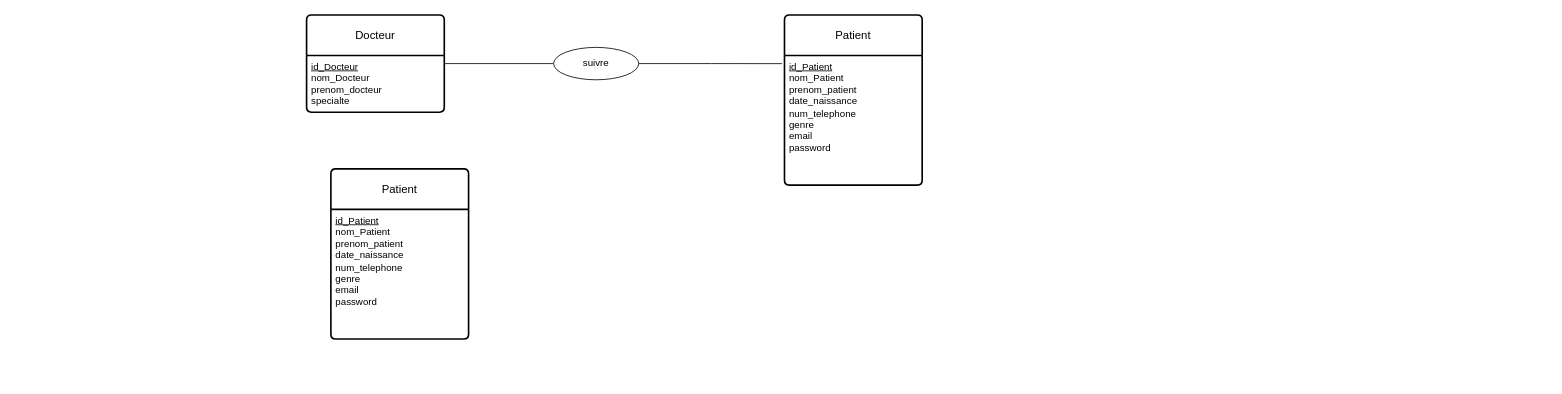
riadriadriad/labMcd keeps this draw.io diagram as Untitled Diagram.drawio. Above is the earlier version. Source tidied: cells renumbered, new cells numbered last; positions are measured from the earlier drawing's top-left corner, leaving out a move shared by most shapes. Both pictures are drawn from the tidied source at 81%, with x=0, y=0 at pixel (306, 15).
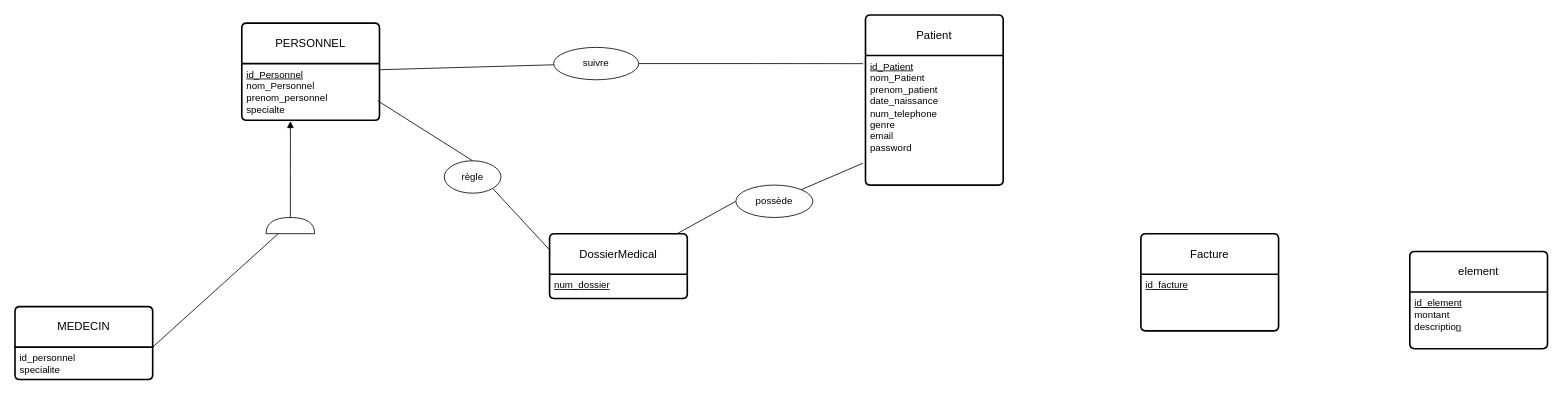
After the change.

The change refers to these unchanged cells:
```xml
<mxCell id="8" value="&lt;u&gt;id_Patient&lt;br&gt;&lt;/u&gt;nom_Patient&lt;br&gt;prenom_patient&lt;br&gt;date_naissance&lt;br&gt;num_telephone&lt;br&gt;genre&lt;br&gt;email&lt;br&gt;password" style="align=left;strokeColor=none;fillColor=none;spacingLeft=4;fontSize=12;verticalAlign=top;html=1;" parent="7" vertex="1">
  <mxGeometry y="50" width="170" height="160" as="geometry" />
</mxCell>
```

What changed in the source:
```diff
@@
-    <mxCell id="4" value="Docteur" style="swimlane;horizontal=1;startSize=50;rounded=1;fontSize=14;fontStyle=0;strokeWidth=2;shadow=0;dashed=0;align=center;arcSize=4;whiteSpace=wrap;html=1;" parent="1" vertex="1">
-      <mxGeometry width="170" height="120" as="geometry" />
+    <mxCell id="4" value="PERSONNEL" style="swimlane;horizontal=1;startSize=50;rounded=1;fontSize=14;fontStyle=0;strokeWidth=2;shadow=0;dashed=0;align=center;arcSize=4;whiteSpace=wrap;html=1;" parent="1" vertex="1">
+      <mxGeometry x="-80" y="10" width="170" height="120" as="geometry" />
     </mxCell>
-    <mxCell id="5" value="&lt;u&gt;id_Docteur&lt;br&gt;&lt;/u&gt;nom_Docteur&lt;br&gt;prenom_docteur&lt;br&gt;specialte" style="align=left;strokeColor=none;fillColor=none;spacingLeft=4;fontSize=12;verticalAlign=top;html=1;" parent="4" vertex="1">
+    <mxCell id="5" value="&lt;u&gt;id_Personnel&lt;br&gt;&lt;/u&gt;nom_Personnel&lt;br&gt;prenom_personnel&lt;br&gt;specialte" style="align=left;strokeColor=none;fillColor=none;spacingLeft=4;fontSize=12;verticalAlign=top;html=1;" parent="4" vertex="1">
       <mxGeometry y="50" width="170" height="70" as="geometry" />
     </mxCell>
@@
     <mxCell id="7" value="Patient" style="swimlane;horizontal=1;startSize=50;rounded=1;fontSize=14;fontStyle=0;strokeWidth=2;shadow=0;dashed=0;align=center;arcSize=4;whiteSpace=wrap;html=1;" parent="1" vertex="1">
-      <mxGeometry x="590" width="170" height="210" as="geometry" />
+      <mxGeometry x="690" width="170" height="210" as="geometry" />
     </mxCell>
@@
+    <mxCell id="12" style="rounded=0;jettySize=auto;html=1;exitX=0;exitY=0.25;exitDx=0;exitDy=0;entryX=1;entryY=1;entryDx=0;entryDy=0;endArrow=none;endFill=0;" parent="1" edge="1" source="10" target="16">
+      <mxGeometry relative="1" as="geometry" />
+    </mxCell>
-    <mxCell id="10" value="Patient" style="swimlane;horizontal=1;startSize=50;rounded=1;fontSize=14;fontStyle=0;strokeWidth=2;shadow=0;dashed=0;align=center;arcSize=4;whiteSpace=wrap;html=1;" parent="1" vertex="1">
-      <mxGeometry x="30" y="190" width="170" height="210" as="geometry" />
+    <mxCell id="10" value="DossierMedical" style="swimlane;horizontal=1;startSize=50;rounded=1;fontSize=14;fontStyle=0;strokeWidth=2;shadow=0;dashed=0;align=center;arcSize=4;whiteSpace=wrap;html=1;" parent="1" vertex="1">
+      <mxGeometry x="300" y="270" width="170" height="80" as="geometry" />
     </mxCell>
-    <mxCell id="11" value="&lt;u&gt;id_Patient&lt;br&gt;&lt;/u&gt;nom_Patient&lt;br&gt;prenom_patient&lt;br&gt;date_naissance&lt;br&gt;num_telephone&lt;br&gt;genre&lt;br&gt;email&lt;br&gt;password" style="align=left;strokeColor=none;fillColor=none;spacingLeft=4;fontSize=12;verticalAlign=top;html=1;" parent="10" vertex="1">
-      <mxGeometry y="50" width="170" height="160" as="geometry" />
+    <mxCell id="11" value="&lt;u&gt;num_dossier&lt;br&gt;&lt;br&gt;&lt;/u&gt;" style="align=left;strokeColor=none;fillColor=none;spacingLeft=4;fontSize=12;verticalAlign=top;html=1;" parent="10" vertex="1">
+      <mxGeometry y="50" width="170" height="30" as="geometry" />
     </mxCell>
+    <mxCell id="13" style="rounded=0;jettySize=auto;html=1;exitX=0;exitY=0.5;exitDx=0;exitDy=0;endArrow=none;endFill=0;" parent="1" edge="1" source="14" target="10">
+      <mxGeometry relative="1" as="geometry" />
+    </mxCell>
+    <mxCell id="14" value="possède" style="ellipse;whiteSpace=wrap;html=1;align=center;" parent="1" vertex="1">
+      <mxGeometry x="530" y="210" width="95" height="40" as="geometry" />
+    </mxCell>
+    <mxCell id="15" style="rounded=0;jettySize=auto;html=1;entryX=-0.018;entryY=0.831;entryDx=0;entryDy=0;entryPerimeter=0;endArrow=none;endFill=0;" parent="1" edge="1" source="14" target="8">
+      <mxGeometry relative="1" as="geometry" />
+    </mxCell>
+    <mxCell id="16" value="règle" style="ellipse;whiteSpace=wrap;html=1;align=center;" parent="1" vertex="1">
+      <mxGeometry x="170" y="180" width="70" height="40" as="geometry" />
+    </mxCell>
+    <mxCell id="17" style="rounded=0;jettySize=auto;html=1;exitX=0.988;exitY=0.657;exitDx=0;exitDy=0;entryX=0.5;entryY=0;entryDx=0;entryDy=0;endArrow=none;endFill=0;exitPerimeter=0;" parent="1" edge="1" source="5" target="16">
+      <mxGeometry relative="1" as="geometry" />
+    </mxCell>
+    <mxCell id="18" value="Facture" style="swimlane;horizontal=1;startSize=50;rounded=1;fontSize=14;fontStyle=0;strokeWidth=2;shadow=0;dashed=0;align=center;arcSize=4;whiteSpace=wrap;html=1;" parent="1" vertex="1">
+      <mxGeometry x="1030" y="270" width="170" height="120" as="geometry" />
+    </mxCell>
+    <mxCell id="19" value="&lt;u&gt;id_facture&lt;br&gt;&lt;br&gt;&lt;/u&gt;" style="align=left;strokeColor=none;fillColor=none;spacingLeft=4;fontSize=12;verticalAlign=top;html=1;" parent="18" vertex="1">
+      <mxGeometry y="50" width="170" height="70" as="geometry" />
+    </mxCell>
+    <mxCell id="20" value="element" style="swimlane;horizontal=1;startSize=50;rounded=1;fontSize=14;fontStyle=0;strokeWidth=2;shadow=0;dashed=0;align=center;arcSize=4;whiteSpace=wrap;html=1;" parent="1" vertex="1">
+      <mxGeometry x="1362" y="292" width="170" height="120" as="geometry" />
+    </mxCell>
+    <mxCell id="21" value="&lt;u&gt;id_element&lt;/u&gt;&lt;br&gt;montant&lt;br&gt;descriptio&lt;u&gt;n&lt;/u&gt;" style="align=left;strokeColor=none;fillColor=none;spacingLeft=4;fontSize=12;verticalAlign=top;html=1;" parent="20" vertex="1">
+      <mxGeometry y="50" width="170" height="70" as="geometry" />
+    </mxCell>
+    <mxCell id="22" value="MEDECIN" style="swimlane;horizontal=1;startSize=50;rounded=1;fontSize=14;fontStyle=0;strokeWidth=2;shadow=0;dashed=0;align=center;arcSize=4;whiteSpace=wrap;html=1;" parent="1" vertex="1">
+      <mxGeometry x="-360" y="360" width="170" height="90" as="geometry" />
+    </mxCell>
+    <mxCell id="23" value="id_personnel&lt;br&gt;specialite" style="align=left;strokeColor=none;fillColor=none;spacingLeft=4;fontSize=12;verticalAlign=top;html=1;" parent="22" vertex="1">
+      <mxGeometry y="50" width="170" height="40" as="geometry" />
+    </mxCell>
+    <mxCell id="24" style="shape=or;whiteSpace=wrap;html=1;direction=north;" parent="1" vertex="1">
+      <mxGeometry x="-50" y="250" width="60" height="20" as="geometry" />
+    </mxCell>
+    <mxCell id="25" style="edgeStyle=orthogonalEdgeStyle;rounded=0;jettySize=auto;html=1;entryX=0.353;entryY=1.014;entryDx=0;entryDy=0;entryPerimeter=0;endArrow=block;endFill=1;" parent="1" edge="1" source="24" target="5">
+      <mxGeometry relative="1" as="geometry" />
+    </mxCell>
+    <mxCell id="26" style="rounded=0;jettySize=auto;html=1;exitX=1;exitY=0;exitDx=0;exitDy=0;entryX=0;entryY=0.25;entryDx=0;entryDy=0;entryPerimeter=0;endArrow=none;endFill=0;" parent="1" edge="1" source="23" target="24">
+      <mxGeometry relative="1" as="geometry" />
+    </mxCell>
```
